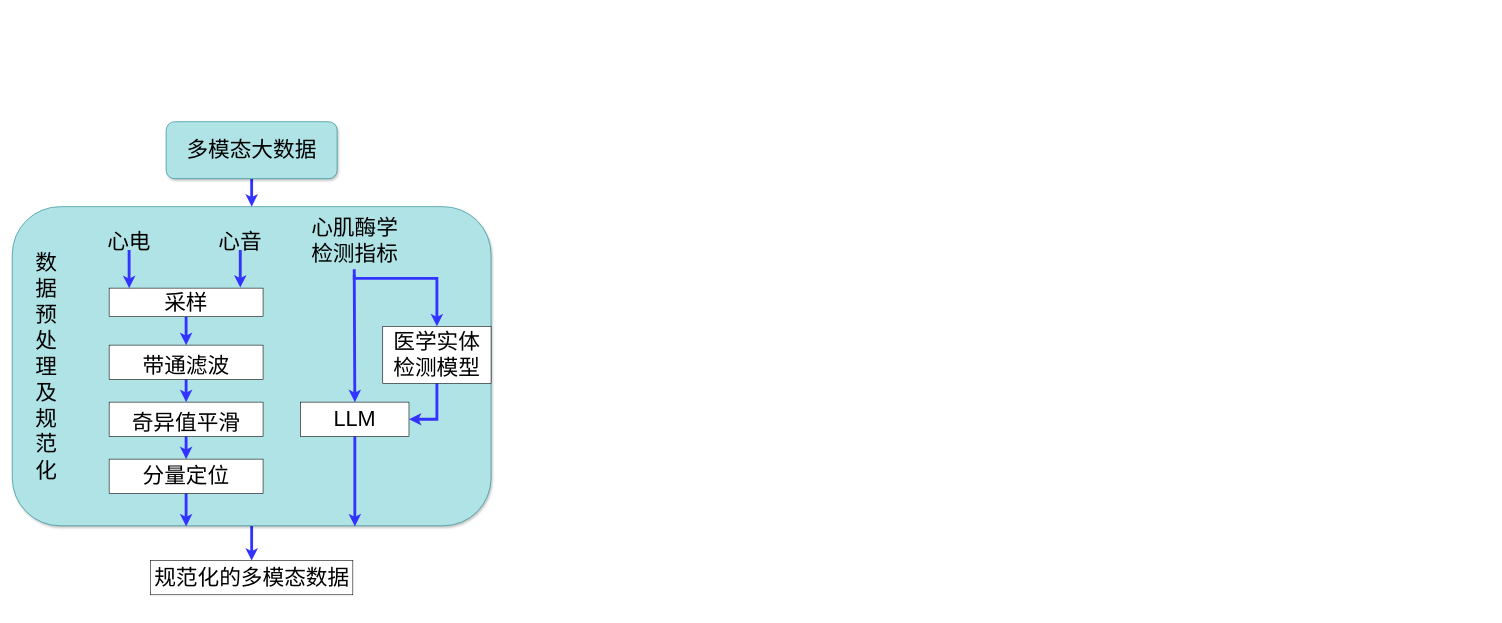
Before: 心梗前处理.drawio in lhwjsj/Diagram, a draw.io diagram. Source tidied: cells renumbered, new cells numbered last; positions are measured from the earlier drawing's top-left corner, leaving out a move shared by most shapes. Both pictures are drawn from the tidied source at 57%, with x=0, y=0 at pixel (12, 121).
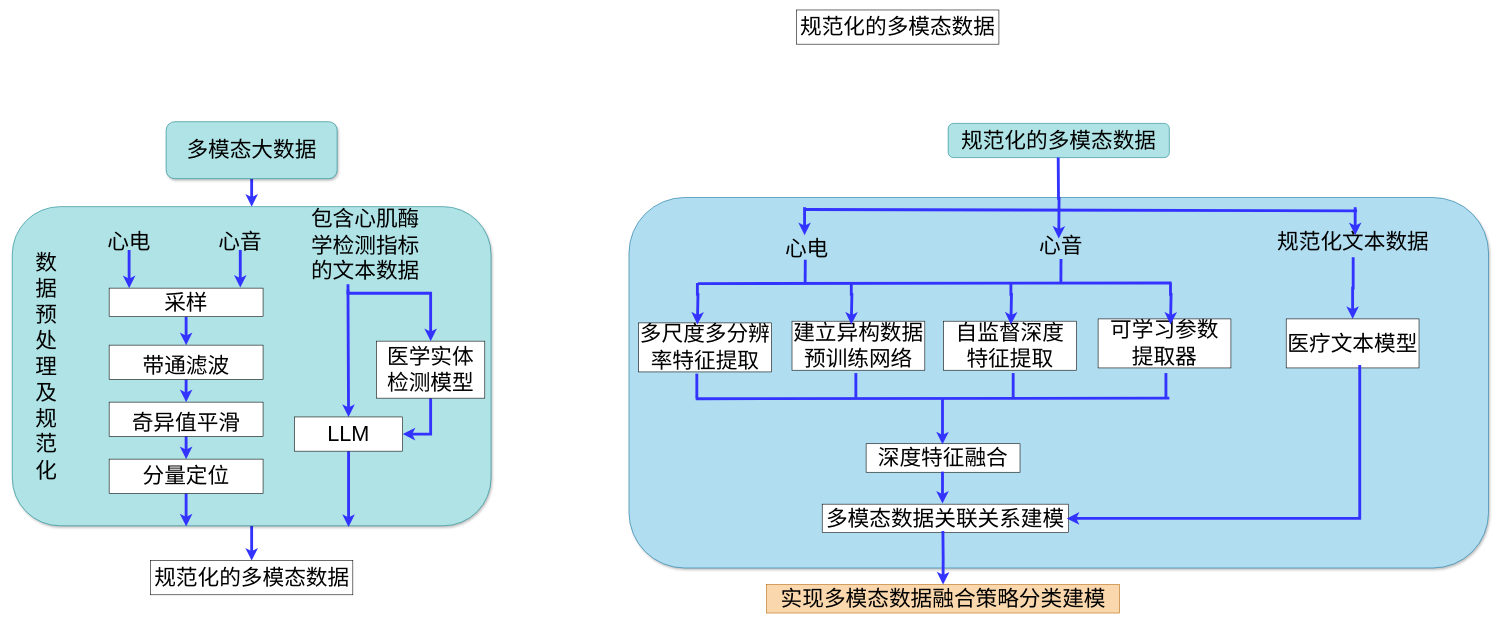
Above is the later version.

Commit message:
更新心梗前处理.drawio

Diff of the diagram source:
```diff
@@
+    <mxCell id="27" style="rounded=1;whiteSpace=wrap;html=1;shadow=1;fillColor=#b1ddf0;strokeColor=#10739e;align=center;glass=0;" parent="1" vertex="1">
+      <mxGeometry x="1082" y="133" width="1508" height="650" as="geometry" />
+    </mxCell>
@@
     <mxCell id="8" style="edgeStyle=orthogonalEdgeStyle;rounded=0;jettySize=auto;html=1;entryX=0.5;entryY=0;entryDx=0;entryDy=0;strokeWidth=5;strokeColor=#3333FF;" parent="1" edge="1" target="24">
       <mxGeometry relative="1" as="geometry">
-        <mxPoint x="600" y="269" as="sourcePoint" />
+        <mxPoint x="589" y="295" as="sourcePoint" />
       </mxGeometry>
     </mxCell>
-    <mxCell id="9" value="&lt;font style=&quot;font-size: 38px;&quot;&gt;心肌酶学检测指标&lt;/font&gt;" style="text;html=1;align=center;verticalAlign=middle;whiteSpace=wrap;rounded=0;" parent="1" vertex="1">
-      <mxGeometry x="521" y="149" width="160" height="120" as="geometry" />
+    <mxCell id="9" value="&lt;font style=&quot;font-size: 38px;&quot;&gt;包含心肌酶学检测指标的文本数据&lt;/font&gt;" style="text;html=1;align=center;verticalAlign=middle;whiteSpace=wrap;rounded=0;" parent="1" vertex="1">
+      <mxGeometry x="506" y="157" width="227" height="120" as="geometry" />
     </mxCell>
@@
     <mxCell id="22" value="&lt;font style=&quot;font-size: 38px;&quot;&gt;医学实体检测模型&lt;/font&gt;" style="rounded=0;whiteSpace=wrap;html=1;" parent="1" vertex="1">
-      <mxGeometry x="650" y="359" width="190" height="100" as="geometry" />
+      <mxGeometry x="639" y="385" width="190" height="100" as="geometry" />
     </mxCell>
     <mxCell id="23" style="edgeStyle=orthogonalEdgeStyle;rounded=0;jettySize=auto;html=1;strokeWidth=5;strokeColor=#3333FF;" parent="1" edge="1" source="24">
       <mxGeometry relative="1" as="geometry">
-        <mxPoint x="601" y="710" as="targetPoint" />
+        <mxPoint x="590" y="711" as="targetPoint" />
       </mxGeometry>
     </mxCell>
     <mxCell id="24" value="&lt;font style=&quot;font-size: 38px;&quot;&gt;LLM&lt;/font&gt;" style="rounded=0;whiteSpace=wrap;html=1;" parent="1" vertex="1">
-      <mxGeometry x="506" y="492" width="190" height="60" as="geometry" />
+      <mxGeometry x="495" y="518" width="190" height="60" as="geometry" />
     </mxCell>
     <mxCell id="25" style="edgeStyle=orthogonalEdgeStyle;rounded=0;jettySize=auto;html=1;entryX=0.5;entryY=0;entryDx=0;entryDy=0;strokeWidth=5;strokeColor=#3333FF;" parent="1" edge="1" target="22">
       <mxGeometry relative="1" as="geometry">
-        <mxPoint x="600" y="259" as="sourcePoint" />
+        <mxPoint x="589" y="285" as="sourcePoint" />
         <Array as="points">
-          <mxPoint x="600" y="275" />
-          <mxPoint x="745" y="275" />
+          <mxPoint x="589" y="301" />
+          <mxPoint x="734" y="301" />
         </Array>
       </mxGeometry>
     </mxCell>
@@
+    <mxCell id="28" value="&lt;div&gt;&lt;font style=&quot;font-size: 38px;&quot;&gt;规范化的多模态数据&lt;/font&gt;&lt;/div&gt;" style="rounded=0;whiteSpace=wrap;html=1;" parent="1" vertex="1">
+      <mxGeometry x="1376" y="-196" width="355" height="60" as="geometry" />
+    </mxCell>
+    <mxCell id="29" value="&lt;span style=&quot;font-size: 38px;&quot;&gt;规范化的多模态数据&lt;/span&gt;" style="rounded=1;whiteSpace=wrap;html=1;fillColor=#b0e3e6;strokeColor=#0e8088;" parent="1" vertex="1">
+      <mxGeometry x="1642" y="3" width="388" height="60" as="geometry" />
+    </mxCell>
+    <mxCell id="30" value="&lt;font style=&quot;font-size: 38px;&quot;&gt;心电&lt;/font&gt;" style="text;html=1;align=center;verticalAlign=middle;whiteSpace=wrap;rounded=0;" parent="1" vertex="1">
+      <mxGeometry x="1349" y="208" width="90" height="30" as="geometry" />
+    </mxCell>
+    <mxCell id="31" value="&lt;font style=&quot;font-size: 38px;&quot;&gt;心音&lt;/font&gt;" style="text;html=1;align=center;verticalAlign=middle;whiteSpace=wrap;rounded=0;" parent="1" vertex="1">
+      <mxGeometry x="1795" y="202" width="90" height="30" as="geometry" />
+    </mxCell>
+    <mxCell id="32" style="edgeStyle=orthogonalEdgeStyle;rounded=0;jettySize=auto;html=1;entryX=0.5;entryY=0;entryDx=0;entryDy=0;strokeWidth=5;strokeColor=#3333FF;" parent="1" edge="1" source="33" target="39">
+      <mxGeometry relative="1" as="geometry" />
+    </mxCell>
+    <mxCell id="33" value="&lt;font style=&quot;font-size: 38px;&quot;&gt;规范化文本数据&lt;/font&gt;" style="text;html=1;align=center;verticalAlign=middle;whiteSpace=wrap;rounded=0;" parent="1" vertex="1">
+      <mxGeometry x="2209" y="182" width="287" height="56" as="geometry" />
+    </mxCell>
+    <mxCell id="34" value="&lt;font style=&quot;font-size: 38px;&quot;&gt;多尺度多分辨率特征提取&lt;/font&gt;" style="rounded=0;whiteSpace=wrap;html=1;" parent="1" vertex="1">
+      <mxGeometry x="1099" y="353" width="233" height="86" as="geometry" />
+    </mxCell>
+    <mxCell id="35" value="&lt;font style=&quot;font-size: 38px;&quot;&gt;建立异构数据预训练网络&lt;/font&gt;" style="rounded=0;whiteSpace=wrap;html=1;" parent="1" vertex="1">
+      <mxGeometry x="1368" y="350" width="233" height="86" as="geometry" />
+    </mxCell>
+    <mxCell id="36" value="&lt;font style=&quot;font-size: 38px;&quot;&gt;自监督深度&lt;/font&gt;&lt;div&gt;&lt;font style=&quot;font-size: 38px;&quot;&gt;特征提取&lt;/font&gt;&lt;/div&gt;" style="rounded=0;whiteSpace=wrap;html=1;" parent="1" vertex="1">
+      <mxGeometry x="1634" y="350" width="233" height="86" as="geometry" />
+    </mxCell>
+    <mxCell id="37" style="endArrow=none;html=1;rounded=0;strokeWidth=5;strokeColor=#3333FF;entryX=0.847;entryY=0.036;entryDx=0;entryDy=0;entryPerimeter=0;" parent="1" edge="1" target="27">
+      <mxGeometry relative="1" as="geometry">
+        <mxPoint x="1389" y="154" as="sourcePoint" />
+      </mxGeometry>
+    </mxCell>
+    <mxCell id="38" value="&lt;span style=&quot;font-size: 38px;&quot;&gt;可学习参数&lt;/span&gt;&lt;div&gt;&lt;span style=&quot;font-size: 38px;&quot;&gt;提取器&lt;/span&gt;&lt;/div&gt;" style="rounded=0;whiteSpace=wrap;html=1;" parent="1" vertex="1">
+      <mxGeometry x="1905" y="346" width="233" height="86" as="geometry" />
+    </mxCell>
+    <mxCell id="39" value="&lt;span style=&quot;font-size: 38px;&quot;&gt;医疗文本模型&lt;/span&gt;" style="rounded=0;whiteSpace=wrap;html=1;" parent="1" vertex="1">
+      <mxGeometry x="2235" y="346" width="233" height="86" as="geometry" />
+    </mxCell>
+    <mxCell id="40" style="edgeStyle=orthogonalEdgeStyle;rounded=0;orthogonalLoop=1;jettySize=auto;html=1;entryX=0.5;entryY=0;entryDx=0;entryDy=0;strokeWidth=5;strokeColor=#3333FF;" parent="1" edge="1">
+      <mxGeometry relative="1" as="geometry">
+        <mxPoint x="1390" y="150" as="sourcePoint" />
+        <mxPoint x="1390" y="199" as="targetPoint" />
+      </mxGeometry>
+    </mxCell>
+    <mxCell id="41" style="edgeStyle=orthogonalEdgeStyle;rounded=0;orthogonalLoop=1;jettySize=auto;html=1;entryX=0.5;entryY=0;entryDx=0;entryDy=0;strokeWidth=5;strokeColor=#3333FF;exitX=0.5;exitY=1;exitDx=0;exitDy=0;" parent="1" edge="1">
+      <mxGeometry relative="1" as="geometry">
+        <mxPoint x="1835" y="63" as="sourcePoint" />
+        <mxPoint x="1836" y="205" as="targetPoint" />
+      </mxGeometry>
+    </mxCell>
+    <mxCell id="42" style="edgeStyle=orthogonalEdgeStyle;rounded=0;orthogonalLoop=1;jettySize=auto;html=1;entryX=0.5;entryY=0;entryDx=0;entryDy=0;strokeWidth=5;strokeColor=#3333FF;" parent="1" edge="1">
+      <mxGeometry relative="1" as="geometry">
+        <mxPoint x="2356" y="150" as="sourcePoint" />
+        <mxPoint x="2356" y="199" as="targetPoint" />
+      </mxGeometry>
+    </mxCell>
+    <mxCell id="43" style="endArrow=none;html=1;rounded=0;strokeWidth=5;strokeColor=#3333FF;" parent="1" edge="1">
+      <mxGeometry relative="1" as="geometry">
+        <mxPoint x="1203" y="284" as="sourcePoint" />
+        <mxPoint x="2034" y="283" as="targetPoint" />
+      </mxGeometry>
+    </mxCell>
+    <mxCell id="44" style="edgeStyle=orthogonalEdgeStyle;rounded=0;orthogonalLoop=1;jettySize=auto;html=1;entryX=0.5;entryY=0;entryDx=0;entryDy=0;strokeWidth=5;strokeColor=#3333FF;" parent="1" edge="1">
+      <mxGeometry relative="1" as="geometry">
+        <mxPoint x="2032" y="283" as="sourcePoint" />
+        <mxPoint x="2032" y="356" as="targetPoint" />
+        <Array as="points">
+          <mxPoint x="2033" y="303" />
+        </Array>
+      </mxGeometry>
+    </mxCell>
+    <mxCell id="45" style="edgeStyle=orthogonalEdgeStyle;rounded=0;orthogonalLoop=1;jettySize=auto;html=1;entryX=0.5;entryY=0;entryDx=0;entryDy=0;strokeWidth=5;strokeColor=#3333FF;" parent="1" edge="1">
+      <mxGeometry relative="1" as="geometry">
+        <mxPoint x="1752" y="283" as="sourcePoint" />
+        <mxPoint x="1752" y="356" as="targetPoint" />
+        <Array as="points">
+          <mxPoint x="1753" y="303" />
+        </Array>
+      </mxGeometry>
+    </mxCell>
+    <mxCell id="46" style="edgeStyle=orthogonalEdgeStyle;rounded=0;orthogonalLoop=1;jettySize=auto;html=1;entryX=0.5;entryY=0;entryDx=0;entryDy=0;strokeWidth=5;strokeColor=#3333FF;" parent="1" edge="1">
+      <mxGeometry relative="1" as="geometry">
+        <mxPoint x="1472" y="283" as="sourcePoint" />
+        <mxPoint x="1472" y="356" as="targetPoint" />
+        <Array as="points">
+          <mxPoint x="1473" y="303" />
+        </Array>
+      </mxGeometry>
+    </mxCell>
+    <mxCell id="47" style="edgeStyle=orthogonalEdgeStyle;rounded=0;orthogonalLoop=1;jettySize=auto;html=1;entryX=0.5;entryY=0;entryDx=0;entryDy=0;strokeWidth=5;strokeColor=#3333FF;" parent="1" edge="1">
+      <mxGeometry relative="1" as="geometry">
+        <mxPoint x="1202" y="283" as="sourcePoint" />
+        <mxPoint x="1202" y="356" as="targetPoint" />
+        <Array as="points">
+          <mxPoint x="1203" y="303" />
+        </Array>
+      </mxGeometry>
+    </mxCell>
+    <mxCell id="48" style="endArrow=none;html=1;rounded=0;strokeWidth=5;strokeColor=#3333FF;" parent="1" edge="1">
+      <mxGeometry relative="1" as="geometry">
+        <mxPoint x="1391.3" y="242" as="sourcePoint" />
+        <mxPoint x="1391" y="285" as="targetPoint" />
+      </mxGeometry>
+    </mxCell>
+    <mxCell id="49" style="endArrow=none;html=1;rounded=0;strokeWidth=5;strokeColor=#3333FF;" parent="1" edge="1">
+      <mxGeometry relative="1" as="geometry">
+        <mxPoint x="1839.9" y="241" as="sourcePoint" />
+        <mxPoint x="1839.7" y="284" as="targetPoint" />
+      </mxGeometry>
+    </mxCell>
+    <mxCell id="50" value="&lt;font style=&quot;font-size: 38px;&quot;&gt;深度特征融合&lt;/font&gt;" style="rounded=0;whiteSpace=wrap;html=1;" parent="1" vertex="1">
+      <mxGeometry x="1498" y="565" width="270" height="50" as="geometry" />
+    </mxCell>
+    <mxCell id="51" value="&lt;span style=&quot;font-size: 38px;&quot;&gt;多模态数据关联关系建模&lt;/span&gt;" style="rounded=0;whiteSpace=wrap;html=1;" parent="1" vertex="1">
+      <mxGeometry x="1421" y="671" width="432" height="50" as="geometry" />
+    </mxCell>
+    <mxCell id="52" style="endArrow=none;html=1;rounded=0;strokeWidth=5;strokeColor=#3333FF;" parent="1" edge="1">
+      <mxGeometry relative="1" as="geometry">
+        <mxPoint x="1199" y="486" as="sourcePoint" />
+        <mxPoint x="2030" y="485" as="targetPoint" />
+      </mxGeometry>
+    </mxCell>
+    <mxCell id="53" style="endArrow=none;html=1;rounded=0;strokeWidth=5;strokeColor=#3333FF;" parent="1" edge="1">
+      <mxGeometry relative="1" as="geometry">
+        <mxPoint x="1201" y="442" as="sourcePoint" />
+        <mxPoint x="1201" y="485" as="targetPoint" />
+      </mxGeometry>
+    </mxCell>
+    <mxCell id="54" style="endArrow=none;html=1;rounded=0;strokeWidth=5;strokeColor=#3333FF;" parent="1" edge="1">
+      <mxGeometry relative="1" as="geometry">
+        <mxPoint x="1480" y="441" as="sourcePoint" />
+        <mxPoint x="1480" y="484" as="targetPoint" />
+      </mxGeometry>
+    </mxCell>
+    <mxCell id="55" style="endArrow=none;html=1;rounded=0;strokeWidth=5;strokeColor=#3333FF;" parent="1" edge="1">
+      <mxGeometry relative="1" as="geometry">
+        <mxPoint x="1756" y="441" as="sourcePoint" />
+        <mxPoint x="1756" y="484" as="targetPoint" />
+      </mxGeometry>
+    </mxCell>
+    <mxCell id="56" style="endArrow=none;html=1;rounded=0;strokeWidth=5;strokeColor=#3333FF;" parent="1" edge="1">
+      <mxGeometry relative="1" as="geometry">
+        <mxPoint x="2024" y="441" as="sourcePoint" />
+        <mxPoint x="2024" y="484" as="targetPoint" />
+      </mxGeometry>
+    </mxCell>
+    <mxCell id="57" style="edgeStyle=orthogonalEdgeStyle;rounded=0;orthogonalLoop=1;jettySize=auto;html=1;entryX=0.5;entryY=0;entryDx=0;entryDy=0;strokeWidth=5;strokeColor=#3333FF;" parent="1" edge="1">
+      <mxGeometry relative="1" as="geometry">
+        <mxPoint x="1632" y="486" as="sourcePoint" />
+        <mxPoint x="1632" y="566" as="targetPoint" />
+      </mxGeometry>
+    </mxCell>
+    <mxCell id="58" style="edgeStyle=orthogonalEdgeStyle;rounded=0;orthogonalLoop=1;jettySize=auto;html=1;strokeWidth=5;strokeColor=#3333FF;" parent="1" edge="1">
+      <mxGeometry relative="1" as="geometry">
+        <mxPoint x="1632" y="614" as="sourcePoint" />
+        <mxPoint x="1632" y="670" as="targetPoint" />
+      </mxGeometry>
+    </mxCell>
+    <mxCell id="59" style="edgeStyle=orthogonalEdgeStyle;rounded=0;orthogonalLoop=1;jettySize=auto;html=1;entryX=1;entryY=0.5;entryDx=0;entryDy=0;strokeWidth=5;strokeColor=#3333FF;" parent="1" edge="1">
+      <mxGeometry relative="1" as="geometry">
+        <mxPoint x="2364" y="427" as="sourcePoint" />
+        <mxPoint x="1850" y="696" as="targetPoint" />
+        <Array as="points">
+          <mxPoint x="2364" y="696" />
+        </Array>
+      </mxGeometry>
+    </mxCell>
+    <mxCell id="60" value="&lt;span style=&quot;font-size: 38px;&quot;&gt;实现多模态数据融合策略分类建模&lt;/span&gt;" style="rounded=0;whiteSpace=wrap;html=1;fillColor=#fad7ac;strokeColor=#b46504;" parent="1" vertex="1">
+      <mxGeometry x="1323.5" y="812" width="619" height="50" as="geometry" />
+    </mxCell>
+    <mxCell id="61" style="edgeStyle=orthogonalEdgeStyle;rounded=0;jettySize=auto;html=1;strokeWidth=5;strokeColor=#3333FF;entryX=0.5;entryY=0;entryDx=0;entryDy=0;" parent="1" edge="1" target="60">
+      <mxGeometry relative="1" as="geometry">
+        <mxPoint x="1632.7" y="718" as="sourcePoint" />
+      </mxGeometry>
+    </mxCell>
```
